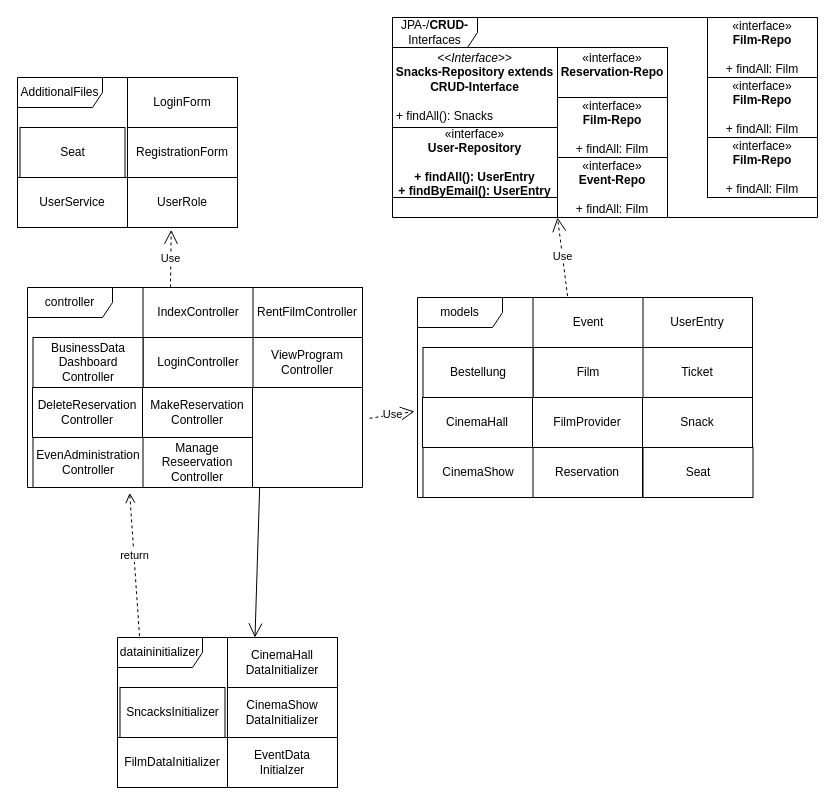
Earlier version of the draw.io diagram src/main/asciidoc/models/design/packagediagramm/PackageDiagram.drawio (Leonard0108/Anwendungsprogrammierung). Source tidied: cells renumbered, new cells numbered last; positions are measured from the earlier drawing's top-left corner, leaving out a move shared by most shapes. Both pictures are drawn from the tidied source at 100%, with x=0, y=0 at pixel (17, 17).
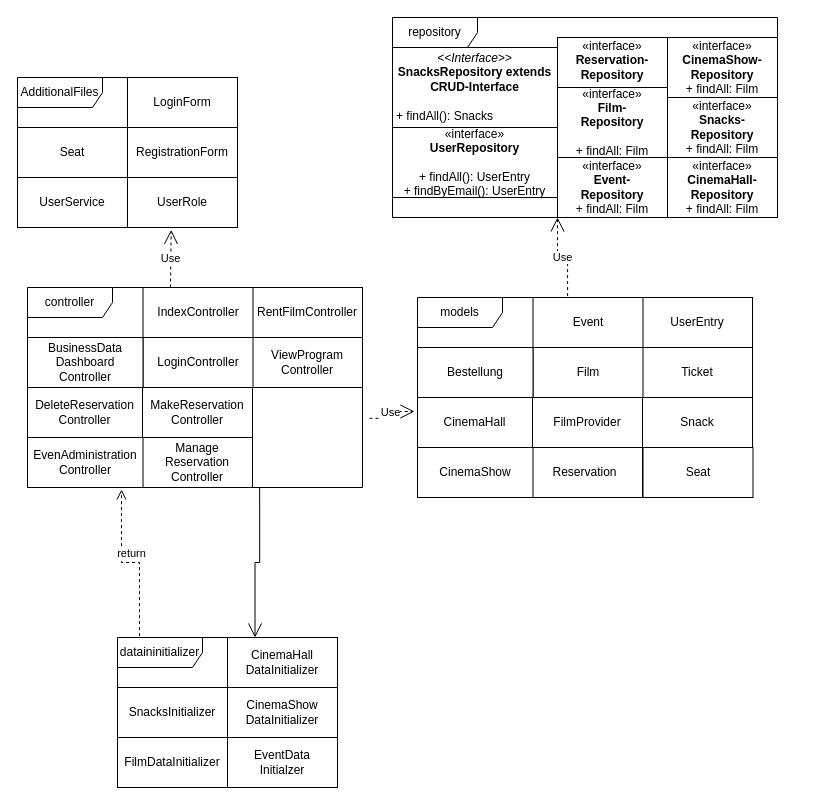
The same diagram, later.

Commit message (it also covers changes not shown here):
PackageDiagramm überarbeitet

https://github.com/HOME-programming-lab/SP2024-G4-Kinobetreiber/issues/42

Unchanged cells that the change refers to:
```xml
<mxCell id="12" value="models" style="shape=umlFrame;whiteSpace=wrap;html=1;width=85;height=30;" parent="1" vertex="1">
  <mxGeometry x="400" y="280" width="335" height="200" as="geometry" />
</mxCell>
<mxCell id="31" value="dataininitializer" style="shape=umlFrame;whiteSpace=wrap;html=1;width=85;height=30;" parent="1" vertex="1">
  <mxGeometry x="100" y="620" width="220" height="150" as="geometry" />
</mxCell>
<mxCell id="32" value="CinemaHall&lt;br&gt;DataInitializer" style="html=1;whiteSpace=wrap;" parent="1" vertex="1">
  <mxGeometry x="210" y="620" width="110" height="50" as="geometry" />
</mxCell>
<mxCell id="37" value="controller" style="shape=umlFrame;whiteSpace=wrap;html=1;width=85;height=30;" parent="1" vertex="1">
  <mxGeometry x="10" y="270" width="335" height="200" as="geometry" />
</mxCell>
```

The edit, as a diff of the source:
```diff
@@
-    <mxCell id="2" value="JPA-/&lt;b style=&quot;border-color: var(--border-color);&quot;&gt;CRUD-&lt;/b&gt;&lt;br&gt;Interfaces" style="shape=umlFrame;whiteSpace=wrap;html=1;width=85;height=30;" parent="1" vertex="1">
-      <mxGeometry x="375" width="425" height="200" as="geometry" />
+    <mxCell id="2" value="repository" style="shape=umlFrame;whiteSpace=wrap;html=1;width=85;height=30;" parent="1" vertex="1">
+      <mxGeometry x="375" width="385" height="200" as="geometry" />
     </mxCell>
-    <mxCell id="3" value="&lt;p style=&quot;margin:0px;margin-top:4px;text-align:center;&quot;&gt;&lt;i&gt;&amp;lt;&amp;lt;Interface&amp;gt;&amp;gt;&lt;/i&gt;&lt;br&gt;&lt;b&gt;Snacks-Repository extends CRUD-Interface&lt;/b&gt;&lt;/p&gt;&lt;p style=&quot;margin:0px;margin-left:4px;&quot;&gt;&lt;br&gt;&lt;/p&gt;&lt;p style=&quot;margin:0px;margin-left:4px;&quot;&gt;+ findAll(): Snacks&lt;br&gt;&lt;/p&gt;" style="verticalAlign=top;align=left;overflow=fill;fontSize=12;fontFamily=Helvetica;html=1;whiteSpace=wrap;" parent="1" vertex="1">
+    <mxCell id="3" value="&lt;p style=&quot;margin:0px;margin-top:4px;text-align:center;&quot;&gt;&lt;i&gt;&amp;lt;&amp;lt;Interface&amp;gt;&amp;gt;&lt;/i&gt;&lt;br&gt;&lt;b&gt;SnacksRepository extends CRUD-Interface&lt;/b&gt;&lt;/p&gt;&lt;p style=&quot;margin:0px;margin-left:4px;&quot;&gt;&lt;br&gt;&lt;/p&gt;&lt;p style=&quot;margin:0px;margin-left:4px;&quot;&gt;+ findAll(): Snacks&lt;br&gt;&lt;/p&gt;" style="verticalAlign=top;align=left;overflow=fill;fontSize=12;fontFamily=Helvetica;html=1;whiteSpace=wrap;" parent="1" vertex="1">
       <mxGeometry x="375" y="30" width="165" height="80" as="geometry" />
     </mxCell>
-    <mxCell id="4" value="«interface»&lt;br&gt;&lt;b&gt;User-Repository&lt;br&gt;&lt;br&gt;+ findAll(): UserEntry&lt;br&gt;&lt;/b&gt;&lt;b style=&quot;border-color: var(--border-color);&quot;&gt;+ findByEmail(): UserEntry&lt;/b&gt;&lt;b&gt;&lt;br&gt;&lt;/b&gt;" style="html=1;whiteSpace=wrap;" parent="1" vertex="1">
+    <mxCell id="4" value="«interface»&lt;br&gt;&lt;b&gt;UserRepository&lt;br&gt;&lt;br&gt;&lt;/b&gt;+ findAll(): UserEntry&lt;br&gt;&lt;span style=&quot;border-color: var(--border-color);&quot;&gt;+ findByEmail(): UserEntry&lt;/span&gt;&lt;b&gt;&lt;br&gt;&lt;/b&gt;" style="html=1;whiteSpace=wrap;" parent="1" vertex="1">
       <mxGeometry x="375" y="110" width="165" height="70" as="geometry" />
     </mxCell>
-    <mxCell id="5" value="«interface»&lt;br&gt;&lt;b&gt;Reservation-Repo&lt;br&gt;&lt;br&gt;&lt;/b&gt;" style="html=1;whiteSpace=wrap;" parent="1" vertex="1">
-      <mxGeometry x="540" y="30" width="110" height="50" as="geometry" />
+    <mxCell id="5" value="«interface»&lt;br&gt;&lt;b&gt;Reservation-&lt;/b&gt;&lt;b&gt;Repository&lt;/b&gt;&lt;br&gt;&lt;b&gt;&lt;br&gt;&lt;/b&gt;" style="html=1;whiteSpace=wrap;" parent="1" vertex="1">
+      <mxGeometry x="540" y="20" width="110" height="60" as="geometry" />
     </mxCell>
-    <mxCell id="6" value="«interface»&lt;br&gt;&lt;b&gt;Film-Repo&lt;br&gt;&lt;/b&gt;&lt;br&gt;+ findAll: Film" style="html=1;whiteSpace=wrap;" parent="1" vertex="1">
-      <mxGeometry x="540" y="80" width="110" height="60" as="geometry" />
+    <mxCell id="6" value="«interface»&lt;br&gt;&lt;div&gt;&lt;b&gt;Film-&lt;/b&gt;&lt;/div&gt;&lt;div&gt;&lt;b&gt;Repository&lt;/b&gt;&lt;/div&gt;&lt;br&gt;+ findAll: Film" style="html=1;whiteSpace=wrap;" parent="1" vertex="1">
+      <mxGeometry x="540" y="70" width="110" height="70" as="geometry" />
     </mxCell>
-    <mxCell id="7" value="«interface»&lt;br&gt;&lt;b&gt;Event-Repo&lt;br&gt;&lt;/b&gt;&lt;br&gt;+ findAll: Film" style="html=1;whiteSpace=wrap;" parent="1" vertex="1">
+    <mxCell id="7" value="«interface»&lt;br&gt;&lt;b&gt;Event-&lt;br&gt;&lt;/b&gt;&lt;b&gt;Repository&lt;/b&gt;&lt;br&gt;+ findAll: Film" style="html=1;whiteSpace=wrap;" parent="1" vertex="1">
       <mxGeometry x="540" y="140" width="110" height="60" as="geometry" />
     </mxCell>
@@
-    <mxCell id="9" value="«interface»&lt;br&gt;&lt;b&gt;Film-Repo&lt;br&gt;&lt;/b&gt;&lt;br&gt;+ findAll: Film" style="html=1;whiteSpace=wrap;" parent="1" vertex="1">
-      <mxGeometry x="690" y="60" width="110" height="60" as="geometry" />
+    <mxCell id="9" value="«interface»&lt;br&gt;&lt;div&gt;&lt;b&gt;Snacks-&lt;/b&gt;&lt;/div&gt;&lt;b&gt;Repository&lt;/b&gt;&lt;br&gt;+ findAll: Film" style="html=1;whiteSpace=wrap;" parent="1" vertex="1">
+      <mxGeometry x="650" y="80" width="110" height="60" as="geometry" />
     </mxCell>
-    <mxCell id="10" value="«interface»&lt;br&gt;&lt;b&gt;Film-Repo&lt;br&gt;&lt;/b&gt;&lt;br&gt;+ findAll: Film" style="html=1;whiteSpace=wrap;" parent="1" vertex="1">
-      <mxGeometry x="690" width="110" height="60" as="geometry" />
+    <mxCell id="10" value="«interface»&lt;br&gt;&lt;div&gt;&lt;b&gt;CinemaShow-&lt;/b&gt;&lt;/div&gt;&lt;b&gt;Repository&lt;/b&gt;&lt;br&gt;+ findAll: Film" style="html=1;whiteSpace=wrap;" parent="1" vertex="1">
+      <mxGeometry x="650" y="20" width="110" height="60" as="geometry" />
     </mxCell>
-    <mxCell id="11" value="«interface»&lt;br&gt;&lt;b&gt;Film-Repo&lt;br&gt;&lt;/b&gt;&lt;br&gt;+ findAll: Film" style="html=1;whiteSpace=wrap;" parent="1" vertex="1">
-      <mxGeometry x="690" y="120" width="110" height="60" as="geometry" />
+    <mxCell id="11" value="«interface»&lt;br&gt;&lt;b&gt;CinemaHall-&lt;br&gt;&lt;/b&gt;&lt;b&gt;Repository&lt;/b&gt;&lt;br&gt;+ findAll: Film" style="html=1;whiteSpace=wrap;" parent="1" vertex="1">
+      <mxGeometry x="650" y="140" width="110" height="60" as="geometry" />
     </mxCell>
@@
     <mxCell id="19" value="Bestellung" style="html=1;whiteSpace=wrap;" parent="1" vertex="1">
-      <mxGeometry x="405.5" y="330" width="110" height="50" as="geometry" />
+      <mxGeometry x="400" y="330" width="115.5" height="50" as="geometry" />
     </mxCell>
     <mxCell id="20" value="CinemaHall" style="html=1;whiteSpace=wrap;" parent="1" vertex="1">
-      <mxGeometry x="405" y="380" width="110" height="50" as="geometry" />
+      <mxGeometry x="400" y="380" width="115" height="50" as="geometry" />
     </mxCell>
     <mxCell id="21" value="Reservation" style="html=1;whiteSpace=wrap;" parent="1" vertex="1">
-      <mxGeometry x="515" y="430" width="110" height="50" as="geometry" />
+      <mxGeometry x="510" y="430" width="115" height="50" as="geometry" />
     </mxCell>
@@
     <mxCell id="23" value="CinemaShow" style="html=1;whiteSpace=wrap;" parent="1" vertex="1">
-      <mxGeometry x="405.5" y="430" width="110" height="50" as="geometry" />
+      <mxGeometry x="400" y="430" width="115.5" height="50" as="geometry" />
     </mxCell>
-    <mxCell id="24" value="Use" style="endArrow=open;endSize=12;dashed=1;html=1;rounded=0;exitX=0.448;exitY=-0.007;exitDx=0;exitDy=0;exitPerimeter=0;entryX=0;entryY=1;entryDx=0;entryDy=0;" parent="1" edge="1" source="12" target="7">
+    <mxCell id="24" value="Use" style="endArrow=open;endSize=12;dashed=1;html=1;rounded=0;exitX=0.448;exitY=-0.007;exitDx=0;exitDy=0;exitPerimeter=0;entryX=0;entryY=1;entryDx=0;entryDy=0;edgeStyle=orthogonalEdgeStyle;" parent="1" edge="1" source="12" target="7">
       <mxGeometry relative="1" as="geometry" />
     </mxCell>
@@
     <mxCell id="27" value="Seat" style="html=1;whiteSpace=wrap;" parent="1" vertex="1">
-      <mxGeometry x="2.5" y="110" width="105" height="50" as="geometry" />
+      <mxGeometry y="110" width="110" height="50" as="geometry" />
     </mxCell>
@@
-    <mxCell id="33" value="SncacksInitializer" style="html=1;whiteSpace=wrap;" parent="1" vertex="1">
-      <mxGeometry x="102.5" y="670" width="105" height="50" as="geometry" />
+    <mxCell id="33" value="SnacksInitializer" style="html=1;whiteSpace=wrap;" parent="1" vertex="1">
+      <mxGeometry x="100" y="670" width="110" height="50" as="geometry" />
     </mxCell>
@@
     <mxCell id="43" value="BusinessData&lt;br&gt;Dashboard&lt;br&gt;Controller" style="html=1;whiteSpace=wrap;" parent="1" vertex="1">
-      <mxGeometry x="15.5" y="320" width="110" height="50" as="geometry" />
+      <mxGeometry x="10" y="320" width="115.5" height="50" as="geometry" />
     </mxCell>
     <mxCell id="44" value="DeleteReservation&lt;br&gt;Controller" style="html=1;whiteSpace=wrap;" parent="1" vertex="1">
-      <mxGeometry x="15" y="370" width="110" height="50" as="geometry" />
+      <mxGeometry x="10" y="370" width="115" height="50" as="geometry" />
     </mxCell>
-    <mxCell id="45" value="Manage&lt;br&gt;Reseervation&lt;br&gt;Controller" style="html=1;whiteSpace=wrap;" parent="1" vertex="1">
+    <mxCell id="45" value="Manage&lt;br&gt;Reservation&lt;br&gt;Controller" style="html=1;whiteSpace=wrap;" parent="1" vertex="1">
       <mxGeometry x="125" y="420" width="110" height="50" as="geometry" />
     </mxCell>
     <mxCell id="46" value="EvenAdministration Controller" style="html=1;whiteSpace=wrap;" parent="1" vertex="1">
-      <mxGeometry x="15.5" y="420" width="110" height="50" as="geometry" />
+      <mxGeometry x="10" y="420" width="115.5" height="50" as="geometry" />
     </mxCell>
-    <mxCell id="47" value="return" style="html=1;verticalAlign=bottom;endArrow=open;dashed=1;endSize=8;curved=0;rounded=0;entryX=0.305;entryY=1.027;entryDx=0;entryDy=0;entryPerimeter=0;exitX=0.1;exitY=-0.009;exitDx=0;exitDy=0;exitPerimeter=0;" parent="1" edge="1" source="31" target="37">
+    <mxCell id="47" value="return" style="html=1;verticalAlign=bottom;endArrow=open;dashed=1;endSize=8;rounded=0;entryX=0.814;entryY=1.04;entryDx=0;entryDy=0;entryPerimeter=0;exitX=0.1;exitY=-0.009;exitDx=0;exitDy=0;exitPerimeter=0;edgeStyle=orthogonalEdgeStyle;" parent="1" edge="1" source="31" target="46">
       <mxGeometry relative="1" as="geometry" />
     </mxCell>
-    <mxCell id="48" style="endArrow=open;endFill=1;endSize=12;html=1;rounded=0;exitX=0.693;exitY=1.002;exitDx=0;exitDy=0;exitPerimeter=0;entryX=0.25;entryY=0;entryDx=0;entryDy=0;" parent="1" edge="1" source="37" target="32">
+    <mxCell id="48" style="endArrow=open;endFill=1;endSize=12;html=1;rounded=0;exitX=0.693;exitY=1.002;exitDx=0;exitDy=0;exitPerimeter=0;entryX=0.25;entryY=0;entryDx=0;entryDy=0;edgeStyle=orthogonalEdgeStyle;" parent="1" edge="1" source="37" target="32">
       <mxGeometry relative="1" as="geometry" />
     </mxCell>
@@
-    <mxCell id="50" value="Use" style="endArrow=open;endSize=12;dashed=1;html=1;rounded=0;exitX=1.021;exitY=0.654;exitDx=0;exitDy=0;entryX=-0.009;entryY=0.57;entryDx=0;entryDy=0;entryPerimeter=0;exitPerimeter=0;" parent="1" edge="1" source="37" target="12">
+    <mxCell id="50" value="Use" style="endArrow=open;endSize=12;dashed=1;html=1;rounded=0;exitX=1.021;exitY=0.654;exitDx=0;exitDy=0;entryX=-0.009;entryY=0.57;entryDx=0;entryDy=0;entryPerimeter=0;exitPerimeter=0;edgeStyle=orthogonalEdgeStyle;" parent="1" edge="1" source="37" target="12">
       <mxGeometry relative="1" as="geometry" />
     </mxCell>
```
